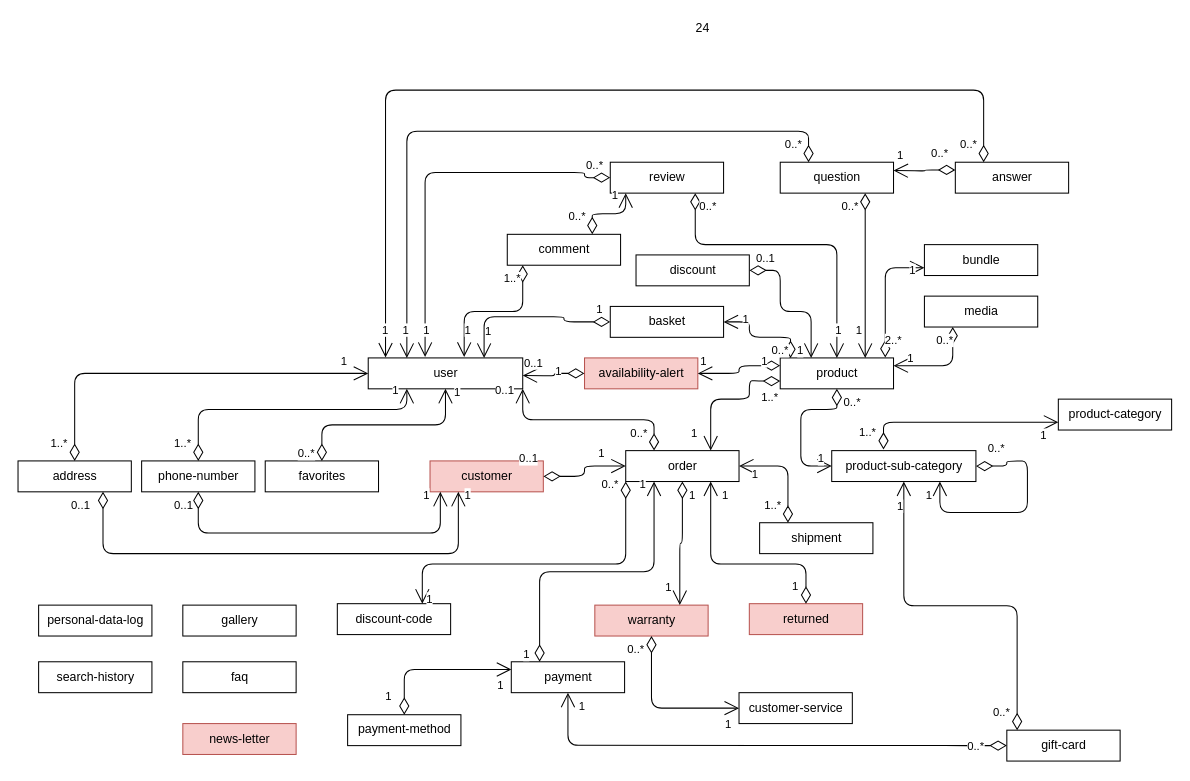
Before: web_store_db.drawio in JoelASD/advanced-db-project, a draw.io diagram. Source tidied: cells renumbered, new cells numbered last; positions are measured from the earlier drawing's top-left corner, leaving out a move shared by most shapes. Both pictures are drawn from the tidied source at 103%, with x=0, y=0 at pixel (18, 18).
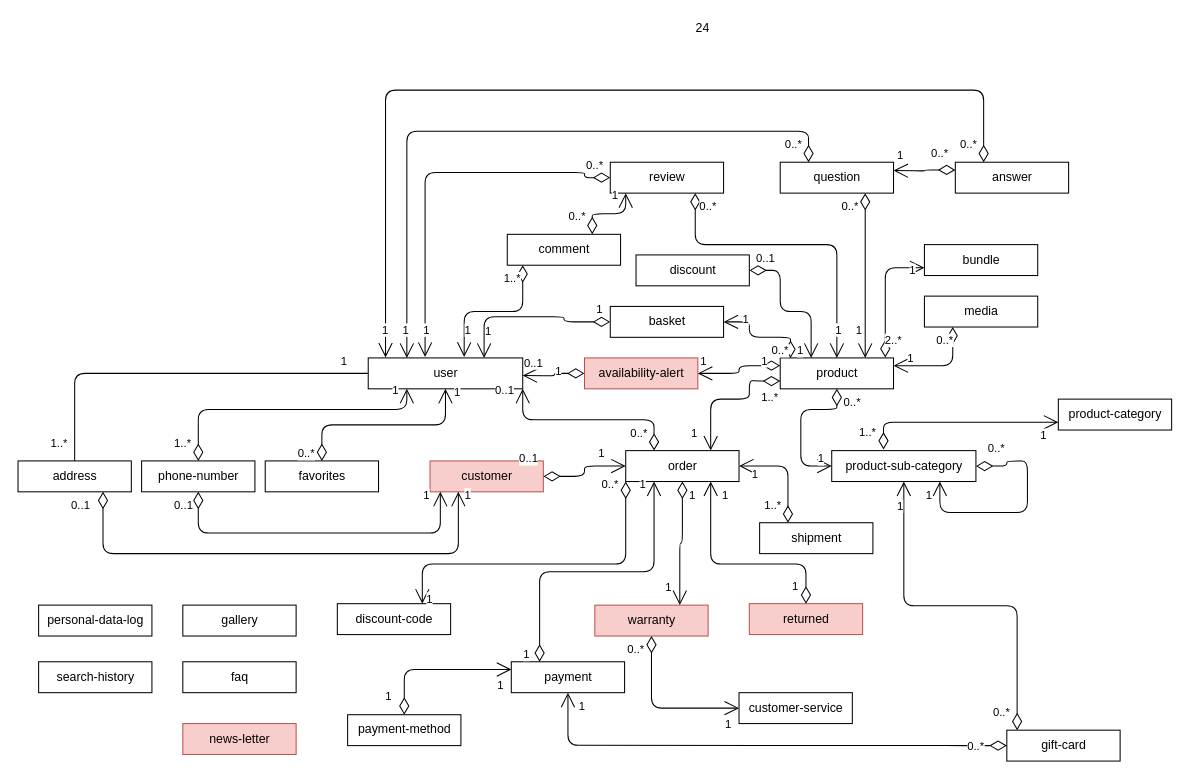
After the change.

Unchanged cells that the change refers to:
```xml
<mxCell id="2" value="user" style="html=1;" parent="1" vertex="1">
  <mxGeometry x="340" y="330" width="150" height="30" as="geometry" />
</mxCell>
<mxCell id="6" value="address" style="html=1;" parent="1" vertex="1">
  <mxGeometry y="430" width="110" height="30" as="geometry" />
</mxCell>
```

Diff of the diagram source:
```diff
@@
-    <mxCell id="27" style="endArrow=open;html=1;endSize=12;startArrow=diamondThin;startSize=14;startFill=0;edgeStyle=orthogonalEdgeStyle;entryX=0;entryY=0.5;entryDx=0;entryDy=0;exitX=0.5;exitY=0;exitDx=0;exitDy=0;" parent="1" edge="1" source="6" target="2">
+    <mxCell id="27" style="endArrow=none;html=1;endSize=12;startArrow=none;startSize=14;startFill=0;edgeStyle=orthogonalEdgeStyle;entryX=0;entryY=0.5;entryDx=0;entryDy=0;exitX=0.5;exitY=0;exitDx=0;exitDy=0;endFill=0;" parent="1" edge="1" source="6" target="2">
       <mxGeometry relative="1" as="geometry" />
     </mxCell>
```
